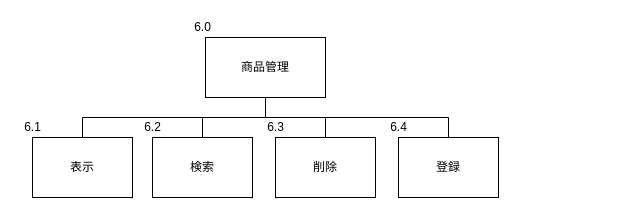
Yamanin3/system-devel keeps this draw.io diagram as サブシステム構造図/商品管理.drawio. Above is the earlier version. Source tidied: cells renumbered, new cells numbered last; positions are measured from the earlier drawing's top-left corner, leaving out a move shared by most shapes. Both pictures are drawn from the tidied source at 100%, with x=0, y=0 at pixel (17, 17).
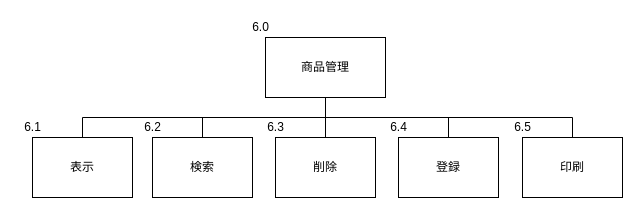
The same page after the edit.

Commit message:
処理に印刷を追加

Change to the diagram source:
```diff
@@
     <mxCell id="2" value="商品管理" style="whiteSpace=wrap;html=1;align=center;" parent="1" vertex="1">
-      <mxGeometry x="188" y="20" width="120" height="60" as="geometry" />
+      <mxGeometry x="248" y="20" width="120" height="60" as="geometry" />
     </mxCell>
@@
     <mxCell id="11" value="6.0" style="text;html=1;align=center;verticalAlign=middle;fillColor=none;strokeColor=none;rounded=0;" parent="1" vertex="1">
-      <mxGeometry x="170" width="30" height="20" as="geometry" />
+      <mxGeometry x="228" width="30" height="20" as="geometry" />
     </mxCell>
@@
+    <mxCell id="16" value="印刷" style="whiteSpace=wrap;html=1;align=center;verticalAlign=middle;" parent="1" vertex="1">
+      <mxGeometry x="505" y="120" width="100" height="60" as="geometry" />
+    </mxCell>
+    <mxCell id="17" value="6.5" style="text;html=1;align=center;verticalAlign=middle;fillColor=none;strokeColor=none;rounded=0;" parent="1" vertex="1">
+      <mxGeometry x="490" y="100" width="30" height="20" as="geometry" />
+    </mxCell>
+    <mxCell id="18" style="edgeStyle=elbowEdgeStyle;elbow=vertical;startArrow=none;endArrow=none;rounded=0;exitX=0.5;exitY=1;exitDx=0;exitDy=0;entryX=0.5;entryY=0;entryDx=0;entryDy=0;" parent="1" edge="1" source="2">
+      <mxGeometry relative="1" as="geometry">
+        <mxPoint x="555" y="120" as="targetPoint" />
+      </mxGeometry>
+    </mxCell>
```
